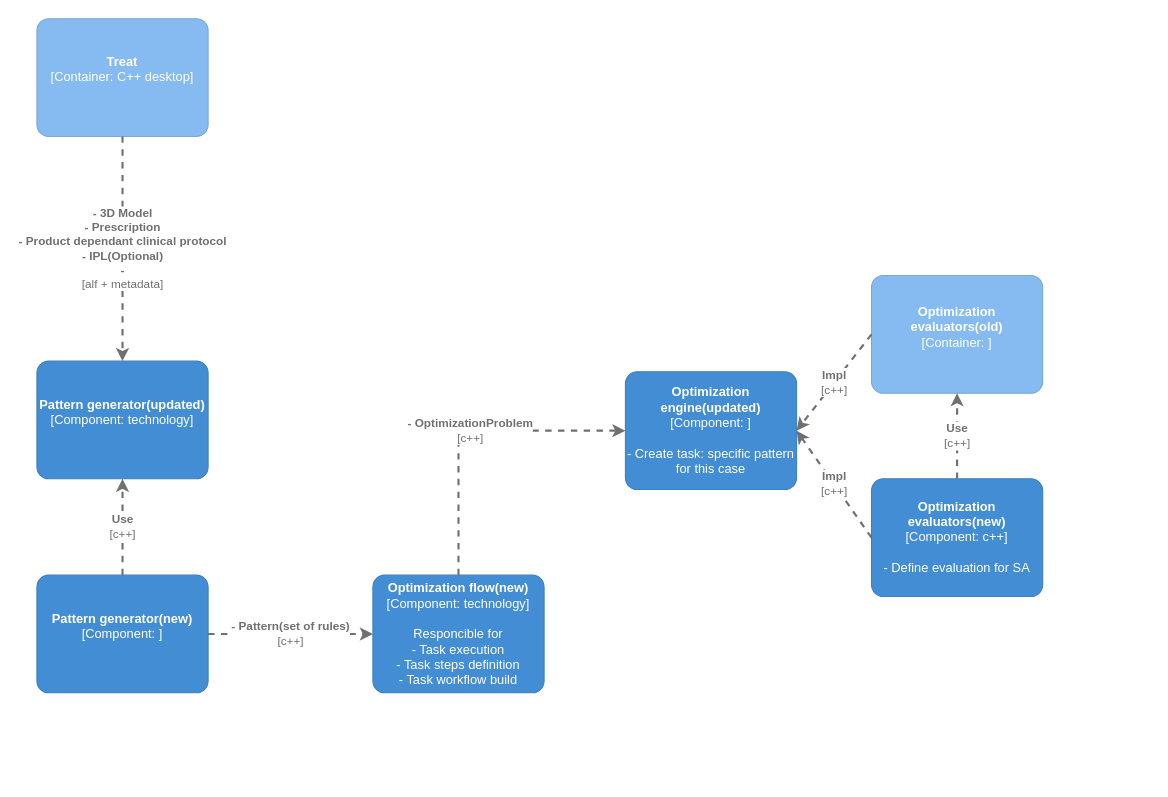
The draw.io diagram systemcontext/sa_treat_thor.drawio in szaluzhskiy/sma_architecture_diagrams, before the edit. Source tidied: cells renumbered, new cells numbered last; positions are measured from the earlier drawing's top-left corner, leaving out a move shared by most shapes. Both pictures are drawn from the tidied source at 107%, with x=0, y=0 at pixel (36, 18).
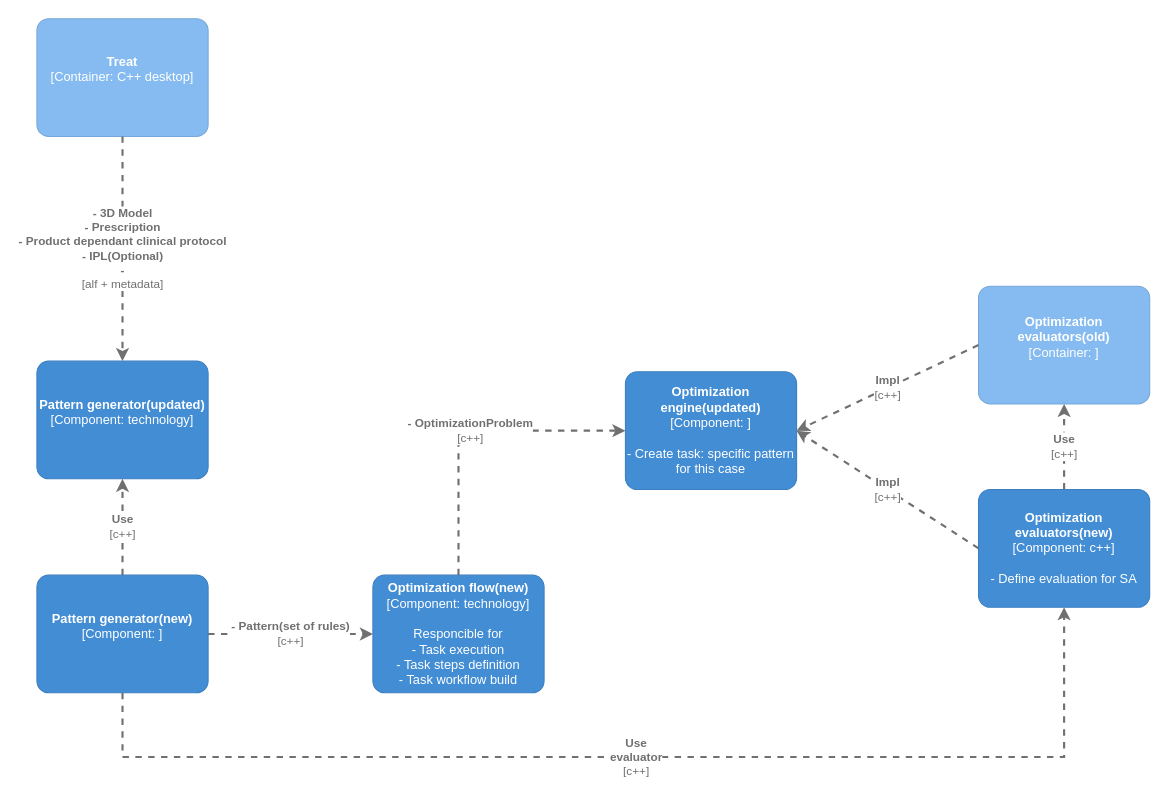
The same diagram, later.

Unchanged cells that the change refers to:
```xml
<object id="12" label="&lt;b&gt;%c4Name%&lt;/b&gt;&lt;div&gt;[%c4Type%: %c4Technology%]&lt;/div&gt;&lt;br&gt;&lt;div&gt;%c4Description%&lt;/div&gt;" c4Description="" c4Name="Pattern generator(new)" c4Technology="" c4Type="Component" placeholders="1">
  <mxCell style="rounded=1;whiteSpace=wrap;html=1;labelBackgroundColor=none;fillColor=#438DD5;fontColor=#ffffff;align=center;arcSize=10;strokeColor=#3C7FC0;metaData={&quot;c4Type&quot;:{&quot;editable&quot;:false}};points=[[0.25,0,0],[0.5,0,0],[0.75,0,0],[1,0.25,0],[1,0.5,0],[1,0.75,0],[0.75,1,0],[0.5,1,0],[0.25,1,0],[0,0.75,0],[0,0.5,0],[0,0.25,0]];" parent="1" vertex="1">
    <mxGeometry y="520" width="160" height="110" as="geometry" />
  </mxCell>
</object>
```

The edit, as a diff of the source:
```diff
@@
     <object id="5" label="&lt;b&gt;%c4Name%&lt;/b&gt;&lt;div&gt;[%c4Type%: %c4Technology%]&lt;/div&gt;&lt;br&gt;&lt;div&gt;%c4Description%&lt;/div&gt;" c4Description="- Define evaluation for SA " c4Name="Optimization evaluators(new)" c4Technology="c++" c4Type="Component" placeholders="1">
       <mxCell style="rounded=1;whiteSpace=wrap;html=1;labelBackgroundColor=none;fillColor=#438DD5;fontColor=#ffffff;align=center;arcSize=10;strokeColor=#3C7FC0;metaData={&quot;c4Type&quot;:{&quot;editable&quot;:false}};points=[[0.25,0,0],[0.5,0,0],[0.75,0,0],[1,0.25,0],[1,0.5,0],[1,0.75,0],[0.75,1,0],[0.5,1,0],[0.25,1,0],[0,0.75,0],[0,0.5,0],[0,0.25,0]];" parent="1" vertex="1">
-        <mxGeometry x="780" y="430" width="160" height="110" as="geometry" />
+        <mxGeometry x="880" y="440" width="160" height="110" as="geometry" />
       </mxCell>
     </object>
     <object id="6" label="&lt;b&gt;%c4Name%&lt;/b&gt;&lt;div&gt;[%c4Type%: %c4Technology%]&lt;/div&gt;&lt;br&gt;&lt;div&gt;%c4Description%&lt;/div&gt;" c4Description="" c4Name="Optimization evaluators(old)" c4Technology="" c4Type="Container" placeholders="1">
       <mxCell style="rounded=1;whiteSpace=wrap;html=1;labelBackgroundColor=none;fillColor=#85BBF0;fontColor=#ffffff;align=center;arcSize=10;strokeColor=#78A8D8;metaData={&quot;c4Type&quot;:{&quot;editable&quot;:false}};points=[[0.25,0,0],[0.5,0,0],[0.75,0,0],[1,0.25,0],[1,0.5,0],[1,0.75,0],[0.75,1,0],[0.5,1,0],[0.25,1,0],[0,0.75,0],[0,0.5,0],[0,0.25,0]];" parent="1" vertex="1">
-        <mxGeometry x="780" y="240" width="160" height="110" as="geometry" />
+        <mxGeometry x="880" y="250" width="160" height="110" as="geometry" />
       </mxCell>
     </object>
@@
+    <object id="16" label="&lt;div style=&quot;text-align: left&quot;&gt;&lt;div style=&quot;text-align: center&quot;&gt;&lt;b&gt;%c4Description%&lt;/b&gt;&lt;/div&gt;&lt;div style=&quot;text-align: center&quot;&gt;[%c4Technology%]&lt;/div&gt;&lt;/div&gt;" c4Description="Use &#10;evaluator" c4Technology="c++" placeholders="1">
+      <mxCell style="edgeStyle=none;rounded=0;html=1;entryX=0.5;entryY=1;jettySize=auto;strokeColor=#707070;strokeWidth=2;fontColor=#707070;jumpStyle=none;dashed=1;metaData={&quot;c4Type&quot;:{&quot;editable&quot;:false}};exitX=0.5;exitY=1;exitDx=0;exitDy=0;exitPerimeter=0;entryDx=0;entryDy=0;entryPerimeter=0;" parent="1" edge="1" source="12" target="5">
+        <mxGeometry relative="1" as="geometry">
+          <Array as="points">
+            <mxPoint x="80" y="690" />
+            <mxPoint x="960" y="690" />
+          </Array>
+        </mxGeometry>
+      </mxCell>
+    </object>
```
